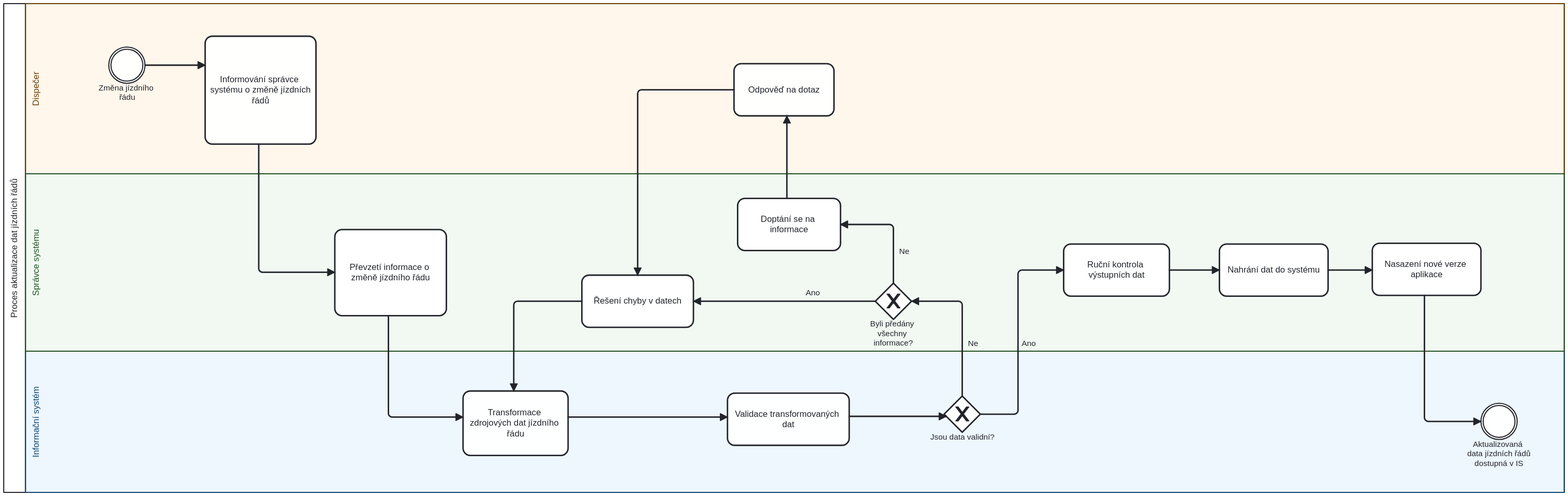
The BPMN diagram images/Pr1 Aktualizace dat jízdních řádů.svg in StrangerTwo/bachelor-thesis, before a commit. Its source is kept beside it as images/Pr1 Aktualizace dat jízdních řádů.bpmn. Ids are renumbered.
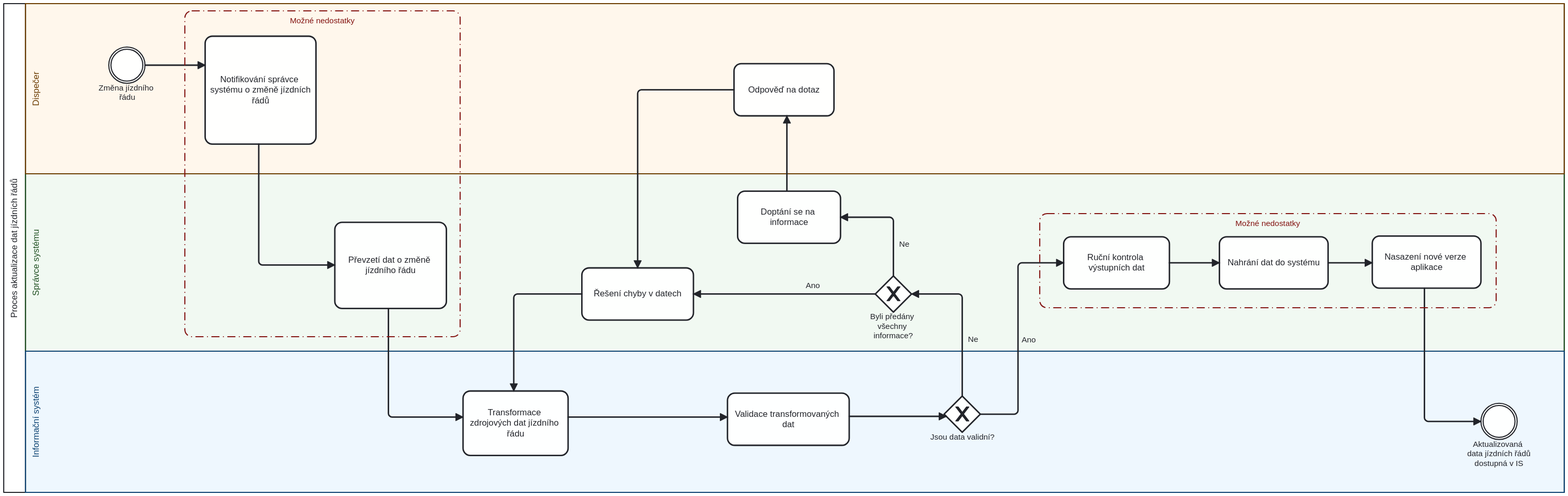
The same file after the commit.

The edit, as a diff of the source:
```diff
@@ -1,7 +1,9 @@
-<definitions xmlns="http://www.omg.org/spec/BPMN/20100524/MODEL" xmlns:bpmndi="http://www.omg.org/spec/BPMN/20100524/DI" xmlns:di="http://www.omg.org/spec/DD/20100524/DI" xmlns:dc="http://www.omg.org/spec/DD/20100524/DC" xmlns:bioc="http://bpmn.io/schema/bpmn/biocolor/1.0" xmlns:color="http://www.omg.org/spec/BPMN/non-normative/color/1.0" id="Definitions_Online_Order_Fulfillment" targetNamespace="http://example.com/bpmn" exporter="bpmn-js (https://demo.bpmn.io)" exporterVersion="18.10.1">
+<definitions xmlns="http://www.omg.org/spec/BPMN/20100524/MODEL" xmlns:bpmndi="http://www.omg.org/spec/BPMN/20100524/DI" xmlns:di="http://www.omg.org/spec/DD/20100524/DI" xmlns:dc="http://www.omg.org/spec/DD/20100524/DC" xmlns:bioc="http://bpmn.io/schema/bpmn/biocolor/1.0" xmlns:color="http://www.omg.org/spec/BPMN/non-normative/color/1.0" id="Definitions_Online_Order_Fulfillment" targetNamespace="http://example.com/bpmn" exporter="bpmn-js (https://demo.bpmn.io)" exporterVersion="18.12.0">
   <message id="Message_Online_Order_Fulfillment" name="Online Order Fulfillment" />
   <collaboration id="Collaboration_Online_Order_Fulfillment">
     <participant id="Participant_Proces_aktualizace_dat_j_zdn_ch___d_" name="Proces aktualizace dat jízdních řádů" processRef="Process_Proces_aktualizace_dat_j_zdn_ch___d_" />
+    <group id="Group_n1" categoryValueRef="CategoryValue_n2" />
+    <group id="Group_n3" categoryValueRef="CategoryValue_n4" />
   </collaboration>
   <process id="Process_Proces_aktualizace_dat_j_zdn_ch___d_" isExecutable="true">
     <laneSet id="LaneSet_Proces_aktualizace_dat_j_zdn_ch___d_">
@@ -9,12 +11,6 @@
         <flowNodeRef>Zm_na_j_zdn_ho___du</flowNodeRef>
         <flowNodeRef>Informov_n__spr_vce_syst_mu_o_zm_n__j_zdn_ch___d_</flowNodeRef>
         <flowNodeRef>Odpov___na_dotaz</flowNodeRef>
-      </lane>
-      <lane id="Lane_Informa_n__syst_m" name="Informační systém">
-        <flowNodeRef>Transformace_zdrojov_ch_dat_j_zdn_ho___du</flowNodeRef>
-        <flowNodeRef>Validace_transformovan_ch_dat</flowNodeRef>
-        <flowNodeRef>Jsou_data_validn__</flowNodeRef>
-        <flowNodeRef>Aktualizovan__data_j_zdn_ch___d__dostupn__v_IS</flowNodeRef>
       </lane>
       <lane id="Lane_Spr_vce_syst_mu" name="Správce systému">
         <flowNodeRef>P_evzet__informace_o_zm_n__j_zdn_ho___du</flowNodeRef>
@@ -24,6 +20,12 @@
         <flowNodeRef>Ru_n__kontrola_v_stupn_ch_dat</flowNodeRef>
         <flowNodeRef>Nahr_n__dat_do_syst_mu</flowNodeRef>
         <flowNodeRef>Nasazen__nov__verze_aplikace</flowNodeRef>
+      </lane>
+      <lane id="Lane_Informa_n__syst_m" name="Informační systém">
+        <flowNodeRef>Transformace_zdrojov_ch_dat_j_zdn_ho___du</flowNodeRef>
+        <flowNodeRef>Validace_transformovan_ch_dat</flowNodeRef>
+        <flowNodeRef>Jsou_data_validn__</flowNodeRef>
+        <flowNodeRef>Aktualizovan__data_j_zdn_ch___d__dostupn__v_IS</flowNodeRef>
       </lane>
     </laneSet>
     <intermediateCatchEvent id="Zm_na_j_zdn_ho___du" name="Změna jízdního řádu" />
@@ -42,9 +44,9 @@
     <sequenceFlow id="Flow_rel-Byli_p_ed_ny_v_echny_informace_-Dopt_n__se_na_informace-forward-Ne" name="Ne" sourceRef="Byli_p_ed_ny_v_echny_informace_" targetRef="Dopt_n__se_na_informace" />
     <sequenceFlow id="Flow_rel-Dopt_n__se_na_informace-Odpov___na_dotaz-forward" sourceRef="Dopt_n__se_na_informace" targetRef="Odpov___na_dotaz" />
     <sequenceFlow id="Flow_rel-Odpov___na_dotaz-_e_en__chyby_v_datech-forward" sourceRef="Odpov___na_dotaz" targetRef="ID__e_en__chyby_v_datech" />
-    <task id="Informov_n__spr_vce_syst_mu_o_zm_n__j_zdn_ch___d_" name="Informování správce systému o změně jízdních řádů" />
-    <task id="P_evzet__informace_o_zm_n__j_zdn_ho___du" name="Převzetí informace o změně jízdního řádu" />
+    <task id="Informov_n__spr_vce_syst_mu_o_zm_n__j_zdn_ch___d_" name="Notifikování správce systému o změně jízdních řádů" />
     <task id="Odpov___na_dotaz" name="Odpověď na dotaz" />
+    <task id="P_evzet__informace_o_zm_n__j_zdn_ho___du" name="Převzetí dat o změně jízdního řádu" />
     <task id="ID__e_en__chyby_v_datech" name="Řešení chyby v datech" />
     <task id="Dopt_n__se_na_informace" name="Doptání se na informace" />
     <exclusiveGateway id="Byli_p_ed_ny_v_echny_informace_" name="Byli předány všechny informace?" />
@@ -56,11 +58,20 @@
     <exclusiveGateway id="Jsou_data_validn__" name="Jsou data validní?" />
     <intermediateCatchEvent id="Aktualizovan__data_j_zdn_ch___d__dostupn__v_IS" name="Aktualizovaná data jízdních řádů dostupná v IS" />
   </process>
+  <category id="Category_n5">
+    <categoryValue id="CategoryValue_n2" value="Možné nedostatky" />
+  </category>
+  <category id="Category_n6">
+    <categoryValue id="CategoryValue_n4" value="Možné nedostatky" />
+  </category>
   <bpmndi:BPMNDiagram id="BPMNDiagram_1">
     <bpmndi:BPMNPlane id="BPMNPlane_1" bpmnElement="Collaboration_Online_Order_Fulfillment">
       <bpmndi:BPMNShape id="Participant_Proces_aktualizace_dat_j_zdn_ch___d__di" bpmnElement="Participant_Proces_aktualizace_dat_j_zdn_ch___d_" isHorizontal="true">
         <dc:Bounds x="130" y="60" width="2154" height="675" />
         <bpmndi:BPMNLabel />
+      </bpmndi:BPMNShape>
+      <bpmndi:BPMNShape id="LaneShape_Spr_vce_syst_mu" bpmnElement="Lane_Spr_vce_syst_mu" isHorizontal="true" bioc:stroke="#205022" bioc:fill="#c8e6c9" color:background-color="#c8e6c9" color:border-color="#205022">
+        <dc:Bounds x="160" y="295" width="2124" height="245" />
       </bpmndi:BPMNShape>
       <bpmndi:BPMNShape id="LaneShape_Dopravce" bpmnElement="Lane_Dopravce" isHorizontal="true" bioc:stroke="#6b3c00" bioc:fill="#ffe0b2" color:background-color="#ffe0b2" color:border-color="#6b3c00">
         <dc:Bounds x="160" y="60" width="2124" height="235" />
@@ -69,41 +80,40 @@
       <bpmndi:BPMNShape id="LaneShape_Informa_n__syst_m" bpmnElement="Lane_Informa_n__syst_m" isHorizontal="true" bioc:stroke="#0d4372" bioc:fill="#bbdefb" color:background-color="#bbdefb" color:border-color="#0d4372">
         <dc:Bounds x="160" y="540" width="2124" height="195" />
       </bpmndi:BPMNShape>
-      <bpmndi:BPMNShape id="LaneShape_Spr_vce_syst_mu" bpmnElement="Lane_Spr_vce_syst_mu" isHorizontal="true" bioc:stroke="#205022" bioc:fill="#c8e6c9" color:background-color="#c8e6c9" color:border-color="#205022">
-        <dc:Bounds x="160" y="295" width="2124" height="245" />
-      </bpmndi:BPMNShape>
       <bpmndi:BPMNShape id="Shape_Zm_na_j_zdn_ho___du" bpmnElement="Zm_na_j_zdn_ho___du">
         <dc:Bounds x="275" y="120" width="50" height="50" />
       </bpmndi:BPMNShape>
       <bpmndi:BPMNShape id="Shape_Informov_n__spr_vce_syst_mu_o_zm_n__j_zdn_ch___d_" bpmnElement="Informov_n__spr_vce_syst_mu_o_zm_n__j_zdn_ch___d_">
         <dc:Bounds x="408" y="105" width="153" height="149" />
-      </bpmndi:BPMNShape>
-      <bpmndi:BPMNShape id="Shape_P_evzet__informace_o_zm_n__j_zdn_ho___du" bpmnElement="P_evzet__informace_o_zm_n__j_zdn_ho___du">
-        <dc:Bounds x="587" y="372" width="154" height="119" />
+        <bpmndi:BPMNLabel />
       </bpmndi:BPMNShape>
       <bpmndi:BPMNShape id="Shape_Odpov___na_dotaz" bpmnElement="Odpov___na_dotaz">
         <dc:Bounds x="1138" y="143" width="138" height="72" />
       </bpmndi:BPMNShape>
+      <bpmndi:BPMNShape id="Shape_P_evzet__informace_o_zm_n__j_zdn_ho___du" bpmnElement="P_evzet__informace_o_zm_n__j_zdn_ho___du">
+        <dc:Bounds x="587" y="362" width="154" height="119" />
+        <bpmndi:BPMNLabel />
+      </bpmndi:BPMNShape>
       <bpmndi:BPMNShape id="Shape_ID__e_en__chyby_v_datech" bpmnElement="ID__e_en__chyby_v_datech">
-        <dc:Bounds x="928" y="435" width="154" height="72" />
+        <dc:Bounds x="928" y="425" width="154" height="72" />
       </bpmndi:BPMNShape>
       <bpmndi:BPMNShape id="Shape_Dopt_n__se_na_informace" bpmnElement="Dopt_n__se_na_informace">
-        <dc:Bounds x="1143" y="329" width="142" height="72" />
+        <dc:Bounds x="1143" y="319" width="142" height="72" />
       </bpmndi:BPMNShape>
       <bpmndi:BPMNShape id="Shape_Byli_p_ed_ny_v_echny_informace_" bpmnElement="Byli_p_ed_ny_v_echny_informace_" isMarkerVisible="true">
-        <dc:Bounds x="1333" y="446" width="50" height="50" />
+        <dc:Bounds x="1333" y="436" width="50" height="50" />
         <bpmndi:BPMNLabel>
-          <dc:Bounds x="1326" y="496" width="64" height="40" />
+          <dc:Bounds x="1326" y="486" width="64" height="40" />
         </bpmndi:BPMNLabel>
       </bpmndi:BPMNShape>
       <bpmndi:BPMNShape id="Shape_Ru_n__kontrola_v_stupn_ch_dat" bpmnElement="Ru_n__kontrola_v_stupn_ch_dat">
-        <dc:Bounds x="1593" y="392" width="146" height="72" />
+        <dc:Bounds x="1593" y="382" width="146" height="72" />
       </bpmndi:BPMNShape>
       <bpmndi:BPMNShape id="Shape_Nahr_n__dat_do_syst_mu" bpmnElement="Nahr_n__dat_do_syst_mu">
-        <dc:Bounds x="1808" y="392" width="150" height="72" />
+        <dc:Bounds x="1808" y="382" width="150" height="72" />
       </bpmndi:BPMNShape>
       <bpmndi:BPMNShape id="Shape_Nasazen__nov__verze_aplikace" bpmnElement="Nasazen__nov__verze_aplikace">
-        <dc:Bounds x="2019" y="391" width="150" height="72" />
+        <dc:Bounds x="2019" y="381" width="150" height="72" />
       </bpmndi:BPMNShape>
       <bpmndi:BPMNShape id="Shape_Transformace_zdrojov_ch_dat_j_zdn_ho___du" bpmnElement="Transformace_zdrojov_ch_dat_j_zdn_ho___du">
         <dc:Bounds x="764" y="595" width="145" height="89" />
@@ -129,11 +139,11 @@
       </bpmndi:BPMNEdge>
       <bpmndi:BPMNEdge id="Edge_Flow_rel-Informov_n__spr_vce_syst_mu_o_zm_n__j_zdn_ch___d_-P_evzet__informace_o_zm_n__j_zdn_ho___du-forward" bpmnElement="Flow_rel-Informov_n__spr_vce_syst_mu_o_zm_n__j_zdn_ch___d_-P_evzet__informace_o_zm_n__j_zdn_ho___du-forward">
         <di:waypoint x="482" y="254" />
-        <di:waypoint x="482" y="431" />
-        <di:waypoint x="587" y="431" />
+        <di:waypoint x="482" y="421" />
+        <di:waypoint x="587" y="421" />
       </bpmndi:BPMNEdge>
       <bpmndi:BPMNEdge id="Edge_Flow_rel-P_evzet__informace_o_zm_n__j_zdn_ho___du-Transformace_zdrojov_ch_dat_j_zdn_ho___du-forward" bpmnElement="Flow_rel-P_evzet__informace_o_zm_n__j_zdn_ho___du-Transformace_zdrojov_ch_dat_j_zdn_ho___du-forward">
-        <di:waypoint x="661" y="491" />
+        <di:waypoint x="661" y="481" />
         <di:waypoint x="661" y="631" />
         <di:waypoint x="764" y="631" />
       </bpmndi:BPMNEdge>
@@ -148,62 +158,74 @@
       <bpmndi:BPMNEdge id="Edge_Flow_rel-Jsou_data_validn__-Ru_n__kontrola_v_stupn_ch_dat-forward-Ano" bpmnElement="Flow_rel-Jsou_data_validn__-Ru_n__kontrola_v_stupn_ch_dat-forward-Ano">
         <di:waypoint x="1478" y="627" />
         <di:waypoint x="1530" y="627" />
-        <di:waypoint x="1530" y="428" />
-        <di:waypoint x="1593" y="428" />
+        <di:waypoint x="1530" y="418" />
+        <di:waypoint x="1593" y="418" />
         <bpmndi:BPMNLabel>
-          <dc:Bounds x="1535" y="523" width="20" height="14" />
+          <dc:Bounds x="1535" y="518" width="20" height="14" />
         </bpmndi:BPMNLabel>
       </bpmndi:BPMNEdge>
       <bpmndi:BPMNEdge id="Edge_Flow_rel-Ru_n__kontrola_v_stupn_ch_dat-Nahr_n__dat_do_syst_mu-forward" bpmnElement="Flow_rel-Ru_n__kontrola_v_stupn_ch_dat-Nahr_n__dat_do_syst_mu-forward">
-        <di:waypoint x="1739" y="428" />
-        <di:waypoint x="1808" y="428" />
+        <di:waypoint x="1739" y="418" />
+        <di:waypoint x="1808" y="418" />
       </bpmndi:BPMNEdge>
       <bpmndi:BPMNEdge id="Edge_Flow_rel-Nahr_n__dat_do_syst_mu-Nasazen__nov__verze_aplikace-forward" bpmnElement="Flow_rel-Nahr_n__dat_do_syst_mu-Nasazen__nov__verze_aplikace-forward">
-        <di:waypoint x="1958" y="428" />
-        <di:waypoint x="2019" y="428" />
+        <di:waypoint x="1958" y="418" />
+        <di:waypoint x="2019" y="418" />
       </bpmndi:BPMNEdge>
       <bpmndi:BPMNEdge id="Edge_Flow_rel-Nasazen__nov__verze_aplikace-Aktualizovan__data_j_zdn_ch___d__dostupn__v_IS-forward" bpmnElement="Flow_rel-Nasazen__nov__verze_aplikace-Aktualizovan__data_j_zdn_ch___d__dostupn__v_IS-forward">
-        <di:waypoint x="2091" y="463" />
+        <di:waypoint x="2091" y="453" />
         <di:waypoint x="2091" y="637" />
         <di:waypoint x="2169" y="637" />
       </bpmndi:BPMNEdge>
       <bpmndi:BPMNEdge id="Edge_Flow_rel-Jsou_data_validn__-Byli_p_ed_ny_v_echny_informace_-forward-Ne" bpmnElement="Flow_rel-Jsou_data_validn__-Byli_p_ed_ny_v_echny_informace_-forward-Ne">
         <di:waypoint x="1453" y="602" />
-        <di:waypoint x="1453" y="471" />
-        <di:waypoint x="1383" y="471" />
+        <di:waypoint x="1453" y="461" />
+        <di:waypoint x="1383" y="461" />
         <bpmndi:BPMNLabel>
-          <dc:Bounds x="1461" y="523" width="15" height="14" />
+          <dc:Bounds x="1461" y="517" width="15" height="14" />
         </bpmndi:BPMNLabel>
       </bpmndi:BPMNEdge>
       <bpmndi:BPMNEdge id="Edge_Flow_rel-_e_en__chyby_v_datech-Transformace_zdrojov_ch_dat_j_zdn_ho___du-forward" bpmnElement="Flow_rel-_e_en__chyby_v_datech-Transformace_zdrojov_ch_dat_j_zdn_ho___du-forward">
-        <di:waypoint x="928" y="471" />
-        <di:waypoint x="834" y="471" />
+        <di:waypoint x="928" y="461" />
+        <di:waypoint x="834" y="461" />
         <di:waypoint x="834" y="595" />
       </bpmndi:BPMNEdge>
       <bpmndi:BPMNEdge id="Edge_Flow_rel-Byli_p_ed_ny_v_echny_informace_-_e_en__chyby_v_datech-forward-Ano" bpmnElement="Flow_rel-Byli_p_ed_ny_v_echny_informace_-_e_en__chyby_v_datech-forward-Ano">
-        <di:waypoint x="1333" y="471" />
-        <di:waypoint x="1082" y="471" />
+        <di:waypoint x="1333" y="461" />
+        <di:waypoint x="1082" y="461" />
         <bpmndi:BPMNLabel>
-          <dc:Bounds x="1237" y="453" width="20" height="14" />
+          <dc:Bounds x="1237" y="443" width="20" height="14" />
         </bpmndi:BPMNLabel>
       </bpmndi:BPMNEdge>
       <bpmndi:BPMNEdge id="Edge_Flow_rel-Byli_p_ed_ny_v_echny_informace_-Dopt_n__se_na_informace-forward-Ne" bpmnElement="Flow_rel-Byli_p_ed_ny_v_echny_informace_-Dopt_n__se_na_informace-forward-Ne">
-        <di:waypoint x="1358" y="446" />
-        <di:waypoint x="1358" y="365" />
-        <di:waypoint x="1285" y="365" />
+        <di:waypoint x="1358" y="436" />
+        <di:waypoint x="1358" y="355" />
+        <di:waypoint x="1285" y="355" />
         <bpmndi:BPMNLabel>
-          <dc:Bounds x="1366" y="396" width="15" height="14" />
+          <dc:Bounds x="1366" y="386" width="15" height="14" />
         </bpmndi:BPMNLabel>
       </bpmndi:BPMNEdge>
       <bpmndi:BPMNEdge id="Edge_Flow_rel-Dopt_n__se_na_informace-Odpov___na_dotaz-forward" bpmnElement="Flow_rel-Dopt_n__se_na_informace-Odpov___na_dotaz-forward">
-        <di:waypoint x="1211" y="329" />
+        <di:waypoint x="1211" y="319" />
         <di:waypoint x="1211" y="215" />
       </bpmndi:BPMNEdge>
       <bpmndi:BPMNEdge id="Edge_Flow_rel-Odpov___na_dotaz-_e_en__chyby_v_datech-forward" bpmnElement="Flow_rel-Odpov___na_dotaz-_e_en__chyby_v_datech-forward">
         <di:waypoint x="1138" y="179" />
         <di:waypoint x="1005" y="179" />
-        <di:waypoint x="1005" y="435" />
+        <di:waypoint x="1005" y="425" />
       </bpmndi:BPMNEdge>
+      <bpmndi:BPMNShape id="BPMNShape_n7" bpmnElement="Group_n3" bioc:stroke="#831311" bioc:fill="#ffcdd2" color:background-color="#ffcdd2" color:border-color="#831311">
+        <dc:Bounds x="380" y="70" width="380" height="450" />
+        <bpmndi:BPMNLabel>
+          <dc:Bounds x="525" y="77" width="90" height="14" />
+        </bpmndi:BPMNLabel>
+      </bpmndi:BPMNShape>
+      <bpmndi:BPMNShape id="Group_n1_di" bpmnElement="Group_n1" bioc:stroke="#831311" bioc:fill="#ffcdd2" color:background-color="#ffcdd2" color:border-color="#831311">
+        <dc:Bounds x="1560" y="350" width="630" height="130" />
+        <bpmndi:BPMNLabel>
+          <dc:Bounds x="1830" y="357" width="90" height="14" />
+        </bpmndi:BPMNLabel>
+      </bpmndi:BPMNShape>
     </bpmndi:BPMNPlane>
   </bpmndi:BPMNDiagram>
 </definitions>
```
